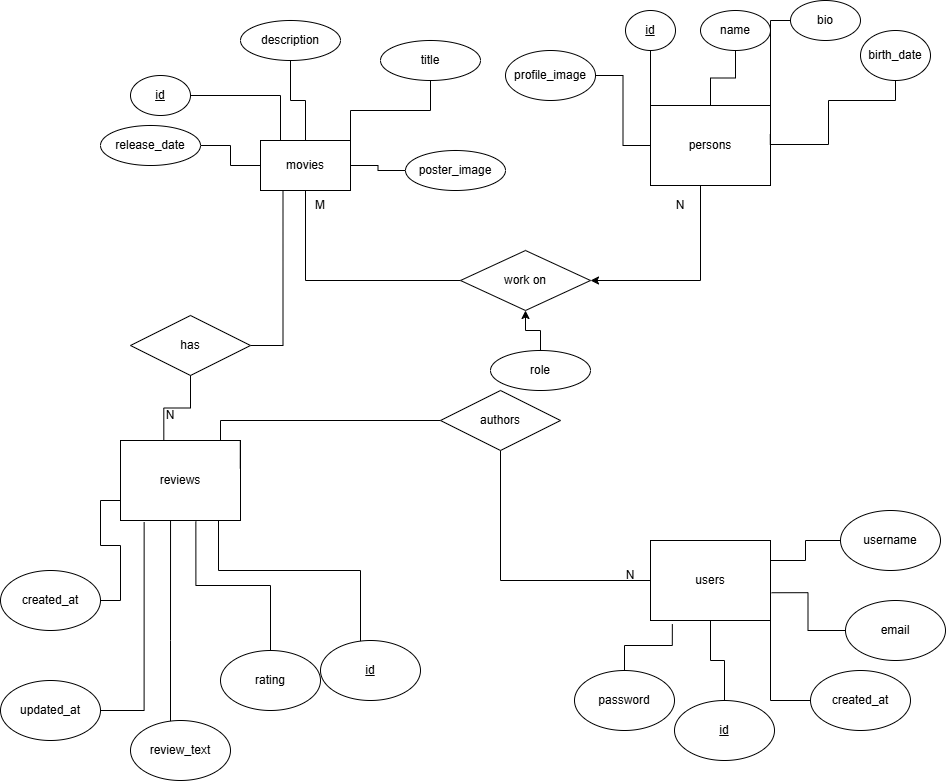
The draw.io diagram docs/conceptual-ER.png in Zetshin/movie-reviews, before a commit. Source tidied: cells renumbered, new cells last; positions are measured from the earlier drawing's top-left corner, leaving out a move shared by most shapes.
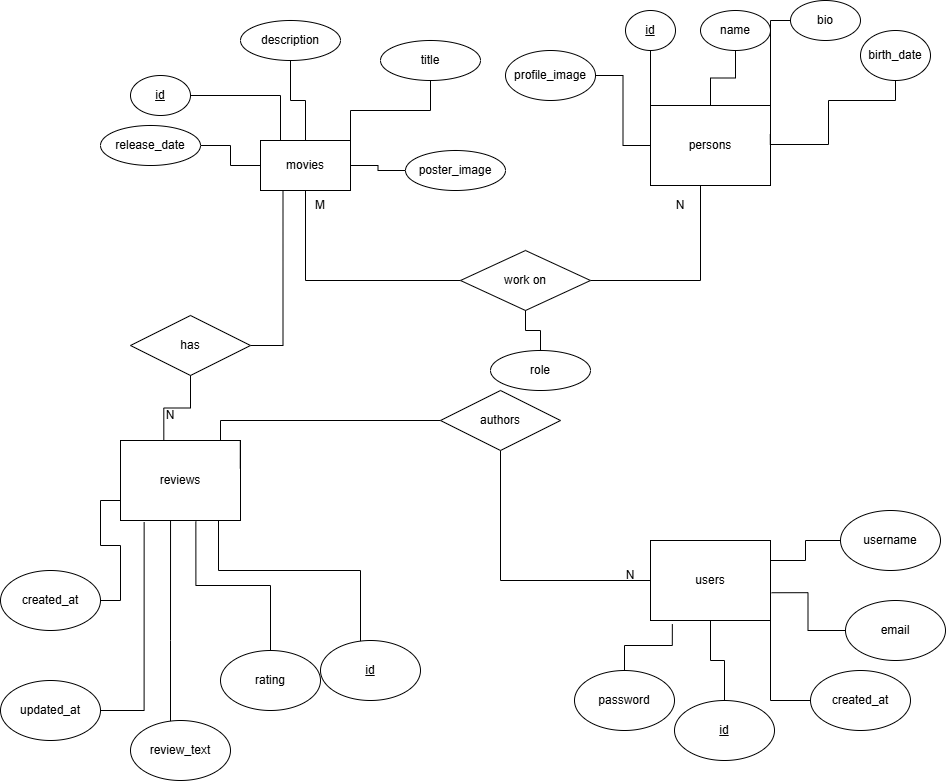
The same diagram one commit later.

Commit message:
docs: update conceptual ER diagram

Change to the diagram source:
```diff
@@ -13,7 +13,7 @@
     <mxCell id="3" value="movies" style="shape=label;double=1;rounded=0;whiteSpace=wrap;html=1;gradientColor=default;fillColor=none;strokeColor=default;" parent="1" vertex="1">
       <mxGeometry x="260" y="140" width="90" height="50" as="geometry" />
     </mxCell>
-    <mxCell id="4" style="edgeStyle=orthogonalEdgeStyle;rounded=0;jettySize=auto;html=1;entryX=1;entryY=0.5;entryDx=0;entryDy=0;" parent="1" edge="1" source="5" target="36">
+    <mxCell id="4" style="edgeStyle=orthogonalEdgeStyle;rounded=0;jettySize=auto;html=1;entryX=1;entryY=0.5;entryDx=0;entryDy=0;endArrow=none;endFill=0;" parent="1" edge="1" source="5" target="36">
       <mxGeometry relative="1" as="geometry">
         <Array as="points">
           <mxPoint x="700" y="280" />
@@ -208,7 +208,7 @@
     <mxCell id="59" value="N" style="text;html=1;whiteSpace=wrap;strokeColor=none;fillColor=none;align=center;verticalAlign=middle;rounded=0;" parent="1" vertex="1">
       <mxGeometry x="650" y="190" width="60" height="30" as="geometry" />
     </mxCell>
-    <mxCell id="60" style="edgeStyle=orthogonalEdgeStyle;rounded=0;jettySize=auto;html=1;entryX=0.5;entryY=1;entryDx=0;entryDy=0;" parent="1" edge="1" source="61" target="36">
+    <mxCell id="60" style="edgeStyle=orthogonalEdgeStyle;rounded=0;jettySize=auto;html=1;entryX=0.5;entryY=1;entryDx=0;entryDy=0;endArrow=none;endFill=0;" parent="1" edge="1" source="61" target="36">
       <mxGeometry relative="1" as="geometry" />
     </mxCell>
     <mxCell id="61" value="role" style="ellipse;whiteSpace=wrap;html=1;align=center;" parent="1" vertex="1">
```
